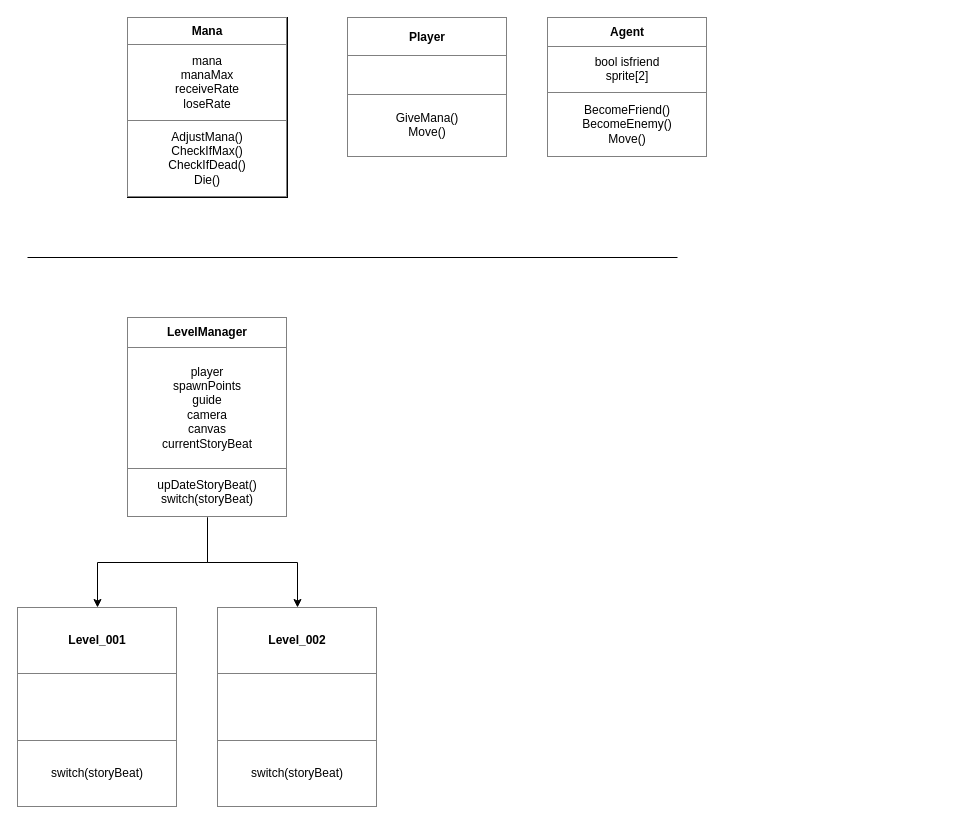
Before: WIP/mana.drawio in En-Be/TardigradeOfMana, a draw.io diagram. Source tidied: cells renumbered, new cells numbered last; positions are measured from the earlier drawing's top-left corner, leaving out a move shared by most shapes. Both pictures are drawn from the tidied source at 100%, with x=0, y=0 at pixel (17, 17).
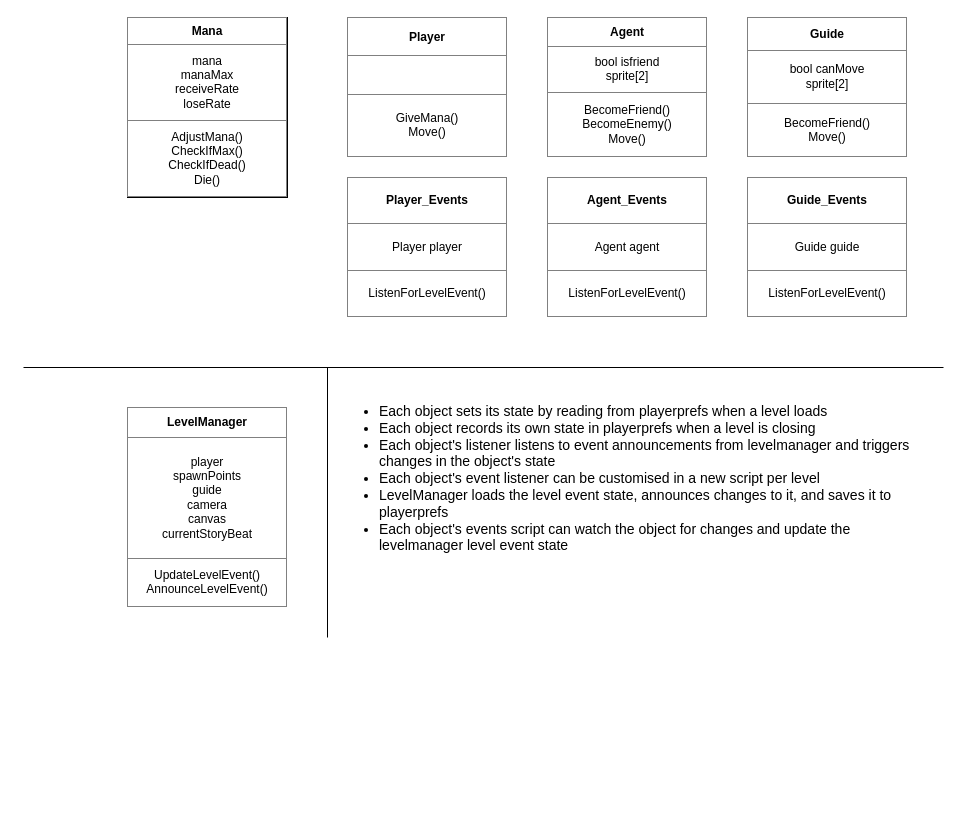
Above is the later version.

Change to the diagram source:
```diff
@@
 <mxGraphModel>
   <root>
     <mxCell id="0" />
     <mxCell id="1" parent="0" />
     <mxCell id="2" value="&lt;table border=&quot;1&quot; width=&quot;100%&quot; cellpadding=&quot;4&quot; style=&quot;width: 100% ; height: 100% ; border-collapse: collapse&quot;&gt;&lt;tbody&gt;&lt;tr&gt;&lt;th align=&quot;center&quot;&gt;Mana&lt;/th&gt;&lt;/tr&gt;&lt;tr&gt;&lt;td align=&quot;center&quot;&gt;mana&lt;br&gt;manaMax&lt;br&gt;receiveRate&lt;br&gt;loseRate&lt;/td&gt;&lt;/tr&gt;&lt;tr&gt;&lt;td align=&quot;center&quot;&gt;AdjustMana()&lt;br&gt;CheckIfMax()&lt;br&gt;CheckIfDead()&lt;br&gt;Die()&lt;/td&gt;&lt;/tr&gt;&lt;/tbody&gt;&lt;/table&gt;" style="text;html=1;strokeColor=default;fillColor=none;overflow=fill;" parent="1" vertex="1">
       <mxGeometry x="110" width="160" height="180" as="geometry" />
     </mxCell>
     <mxCell id="3" value="&lt;table border=&quot;1&quot; width=&quot;100%&quot; cellpadding=&quot;4&quot; style=&quot;width: 100% ; height: 100% ; border-collapse: collapse&quot;&gt;&lt;tbody&gt;&lt;tr&gt;&lt;th align=&quot;center&quot;&gt;Player&lt;/th&gt;&lt;/tr&gt;&lt;tr&gt;&lt;td align=&quot;center&quot;&gt;&lt;br&gt;&lt;/td&gt;&lt;/tr&gt;&lt;tr&gt;&lt;td align=&quot;center&quot;&gt;GiveMana()&lt;br&gt;Move()&lt;/td&gt;&lt;/tr&gt;&lt;/tbody&gt;&lt;/table&gt;" style="text;html=1;strokeColor=none;fillColor=none;overflow=fill;" parent="1" vertex="1">
       <mxGeometry x="330" width="160" height="140" as="geometry" />
     </mxCell>
     <mxCell id="4" value="&lt;table border=&quot;1&quot; width=&quot;100%&quot; cellpadding=&quot;4&quot; style=&quot;width: 100% ; height: 100% ; border-collapse: collapse&quot;&gt;&lt;tbody&gt;&lt;tr&gt;&lt;th align=&quot;center&quot;&gt;Agent&lt;/th&gt;&lt;/tr&gt;&lt;tr&gt;&lt;td align=&quot;center&quot;&gt;bool isfriend&lt;br&gt;sprite[2]&lt;/td&gt;&lt;/tr&gt;&lt;tr&gt;&lt;td align=&quot;center&quot;&gt;BecomeFriend()&lt;br&gt;BecomeEnemy()&lt;br&gt;Move()&lt;/td&gt;&lt;/tr&gt;&lt;/tbody&gt;&lt;/table&gt;" style="text;html=1;strokeColor=none;fillColor=none;overflow=fill;" parent="1" vertex="1">
       <mxGeometry x="530" width="160" height="140" as="geometry" />
     </mxCell>
     <mxCell id="5" style="endArrow=none;html=1;rounded=0;" parent="1" edge="1">
       <mxGeometry relative="1" as="geometry">
-        <mxPoint x="10" y="240" as="sourcePoint" />
-        <mxPoint x="660" y="240" as="targetPoint" />
+        <mxPoint x="6" y="350" as="sourcePoint" />
+        <mxPoint x="926" y="350" as="targetPoint" />
       </mxGeometry>
     </mxCell>
-    <mxCell id="6" style="edgeStyle=orthogonalEdgeStyle;rounded=0;jettySize=auto;html=1;" parent="1" edge="1" source="8" target="9">
-      <mxGeometry relative="1" as="geometry" />
-    </mxCell>
-    <mxCell id="7" style="edgeStyle=orthogonalEdgeStyle;rounded=0;jettySize=auto;html=1;" parent="1" edge="1" source="8" target="10">
-      <mxGeometry relative="1" as="geometry" />
-    </mxCell>
-    <mxCell id="8" value="&lt;table border=&quot;1&quot; width=&quot;100%&quot; cellpadding=&quot;4&quot; style=&quot;width: 100% ; height: 100% ; border-collapse: collapse&quot;&gt;&lt;tbody&gt;&lt;tr&gt;&lt;th align=&quot;center&quot;&gt;LevelManager&lt;/th&gt;&lt;/tr&gt;&lt;tr&gt;&lt;td align=&quot;center&quot;&gt;player&lt;br&gt;spawnPoints&lt;br&gt;guide&lt;br&gt;camera&lt;br&gt;canvas&lt;br&gt;currentStoryBeat&lt;/td&gt;&lt;/tr&gt;&lt;tr&gt;&lt;td align=&quot;center&quot;&gt;upDateStoryBeat()&lt;br&gt;switch(storyBeat)&lt;/td&gt;&lt;/tr&gt;&lt;/tbody&gt;&lt;/table&gt;" style="text;html=1;strokeColor=none;fillColor=none;overflow=fill;" parent="1" vertex="1">
-      <mxGeometry x="110" y="300" width="160" height="200" as="geometry" />
+    <mxCell id="8" value="&lt;table border=&quot;1&quot; width=&quot;100%&quot; cellpadding=&quot;4&quot; style=&quot;width: 100% ; height: 100% ; border-collapse: collapse&quot;&gt;&lt;tbody&gt;&lt;tr&gt;&lt;th align=&quot;center&quot;&gt;LevelManager&lt;/th&gt;&lt;/tr&gt;&lt;tr&gt;&lt;td align=&quot;center&quot;&gt;player&lt;br&gt;spawnPoints&lt;br&gt;guide&lt;br&gt;camera&lt;br&gt;canvas&lt;br&gt;currentStoryBeat&lt;/td&gt;&lt;/tr&gt;&lt;tr&gt;&lt;td align=&quot;center&quot;&gt;UpdateLevelEvent()&lt;br&gt;AnnounceLevelEvent()&lt;/td&gt;&lt;/tr&gt;&lt;/tbody&gt;&lt;/table&gt;" style="text;html=1;strokeColor=none;fillColor=none;overflow=fill;" parent="1" vertex="1">
+      <mxGeometry x="110" y="390" width="160" height="200" as="geometry" />
     </mxCell>
-    <mxCell id="9" value="&lt;table border=&quot;1&quot; width=&quot;100%&quot; cellpadding=&quot;4&quot; style=&quot;width: 100% ; height: 100% ; border-collapse: collapse&quot;&gt;&lt;tbody&gt;&lt;tr&gt;&lt;th align=&quot;center&quot;&gt;Level_001&lt;/th&gt;&lt;/tr&gt;&lt;tr&gt;&lt;td align=&quot;center&quot;&gt;&lt;br&gt;&lt;/td&gt;&lt;/tr&gt;&lt;tr&gt;&lt;td align=&quot;center&quot;&gt;switch(storyBeat)&lt;/td&gt;&lt;/tr&gt;&lt;/tbody&gt;&lt;/table&gt;" style="text;html=1;strokeColor=none;fillColor=none;overflow=fill;" parent="1" vertex="1">
-      <mxGeometry y="590" width="160" height="200" as="geometry" />
-    </mxCell>
-    <mxCell id="10" value="&lt;table border=&quot;1&quot; width=&quot;100%&quot; cellpadding=&quot;4&quot; style=&quot;width: 100% ; height: 100% ; border-collapse: collapse&quot;&gt;&lt;tbody&gt;&lt;tr&gt;&lt;th align=&quot;center&quot;&gt;Level_002&lt;/th&gt;&lt;/tr&gt;&lt;tr&gt;&lt;td align=&quot;center&quot;&gt;&lt;br&gt;&lt;/td&gt;&lt;/tr&gt;&lt;tr&gt;&lt;td align=&quot;center&quot;&gt;switch(storyBeat)&lt;/td&gt;&lt;/tr&gt;&lt;/tbody&gt;&lt;/table&gt;" style="text;html=1;strokeColor=none;fillColor=none;overflow=fill;" parent="1" vertex="1">
-      <mxGeometry x="200" y="590" width="160" height="200" as="geometry" />
-    </mxCell>
+    <mxCell id="11" value="&lt;table border=&quot;1&quot; width=&quot;100%&quot; cellpadding=&quot;4&quot; style=&quot;width: 100% ; height: 100% ; border-collapse: collapse&quot;&gt;&lt;tbody&gt;&lt;tr&gt;&lt;th align=&quot;center&quot;&gt;Player_Events&lt;/th&gt;&lt;/tr&gt;&lt;tr&gt;&lt;td align=&quot;center&quot;&gt;Player player&lt;/td&gt;&lt;/tr&gt;&lt;tr&gt;&lt;td align=&quot;center&quot;&gt;ListenForLevelEvent()&lt;/td&gt;&lt;/tr&gt;&lt;/tbody&gt;&lt;/table&gt;" style="text;html=1;strokeColor=none;fillColor=none;overflow=fill;" parent="1" vertex="1">
+      <mxGeometry x="330" y="160" width="160" height="140" as="geometry" />
+    </mxCell>
+    <mxCell id="12" value="&lt;table border=&quot;1&quot; width=&quot;100%&quot; cellpadding=&quot;4&quot; style=&quot;width: 100% ; height: 100% ; border-collapse: collapse&quot;&gt;&lt;tbody&gt;&lt;tr&gt;&lt;th align=&quot;center&quot;&gt;Agent_Events&lt;/th&gt;&lt;/tr&gt;&lt;tr&gt;&lt;td align=&quot;center&quot;&gt;Agent agent&lt;/td&gt;&lt;/tr&gt;&lt;tr&gt;&lt;td align=&quot;center&quot;&gt;ListenForLevelEvent()&lt;/td&gt;&lt;/tr&gt;&lt;/tbody&gt;&lt;/table&gt;" style="text;html=1;strokeColor=none;fillColor=none;overflow=fill;" parent="1" vertex="1">
+      <mxGeometry x="530" y="160" width="160" height="140" as="geometry" />
+    </mxCell>
+    <mxCell id="13" value="&lt;table border=&quot;1&quot; width=&quot;100%&quot; cellpadding=&quot;4&quot; style=&quot;width: 100% ; height: 100% ; border-collapse: collapse&quot;&gt;&lt;tbody&gt;&lt;tr&gt;&lt;th align=&quot;center&quot;&gt;Guide&lt;/th&gt;&lt;/tr&gt;&lt;tr&gt;&lt;td align=&quot;center&quot;&gt;bool canMove&lt;br&gt;sprite[2]&lt;/td&gt;&lt;/tr&gt;&lt;tr&gt;&lt;td align=&quot;center&quot;&gt;BecomeFriend()&lt;br&gt;Move()&lt;/td&gt;&lt;/tr&gt;&lt;/tbody&gt;&lt;/table&gt;" style="text;html=1;strokeColor=none;fillColor=none;overflow=fill;" parent="1" vertex="1">
+      <mxGeometry x="730" width="160" height="140" as="geometry" />
+    </mxCell>
+    <mxCell id="14" value="&lt;table border=&quot;1&quot; width=&quot;100%&quot; cellpadding=&quot;4&quot; style=&quot;width: 100% ; height: 100% ; border-collapse: collapse&quot;&gt;&lt;tbody&gt;&lt;tr&gt;&lt;th align=&quot;center&quot;&gt;Guide_Events&lt;/th&gt;&lt;/tr&gt;&lt;tr&gt;&lt;td align=&quot;center&quot;&gt;Guide guide&lt;/td&gt;&lt;/tr&gt;&lt;tr&gt;&lt;td align=&quot;center&quot;&gt;ListenForLevelEvent()&lt;/td&gt;&lt;/tr&gt;&lt;/tbody&gt;&lt;/table&gt;" style="text;html=1;strokeColor=none;fillColor=none;overflow=fill;" parent="1" vertex="1">
+      <mxGeometry x="730" y="160" width="160" height="140" as="geometry" />
+    </mxCell>
+    <mxCell id="15" value="&lt;ul style=&quot;font-size: 14px&quot;&gt;&lt;li style=&quot;font-size: 14px&quot;&gt;Each object sets its state by reading from playerprefs when a level loads&lt;/li&gt;&lt;li style=&quot;font-size: 14px&quot;&gt;Each object records its own state in playerprefs when a level is closing&lt;/li&gt;&lt;li style=&quot;font-size: 14px&quot;&gt;Each object's listener listens to event announcements from levelmanager and triggers changes in the object's state&lt;/li&gt;&lt;li style=&quot;font-size: 14px&quot;&gt;Each object's event listener can be customised in a new script per level&lt;/li&gt;&lt;li style=&quot;font-size: 14px&quot;&gt;LevelManager loads the level event state, announces changes to it, and saves it to playerprefs&lt;/li&gt;&lt;li style=&quot;font-size: 14px&quot;&gt;Each object's events script can watch the object for changes and update the levelmanager level event state&lt;/li&gt;&lt;/ul&gt;" style="text;html=1;strokeColor=none;fillColor=none;align=left;verticalAlign=top;whiteSpace=wrap;rounded=0;fontSize=14;" parent="1" vertex="1">
+      <mxGeometry x="320" y="365" width="590" height="245" as="geometry" />
+    </mxCell>
+    <mxCell id="16" style="endArrow=none;html=1;rounded=0;" parent="1" edge="1">
+      <mxGeometry relative="1" as="geometry">
+        <mxPoint x="310" y="350" as="sourcePoint" />
+        <mxPoint x="310" y="620" as="targetPoint" />
+      </mxGeometry>
+    </mxCell>
   </root>
 </mxGraphModel>
```
